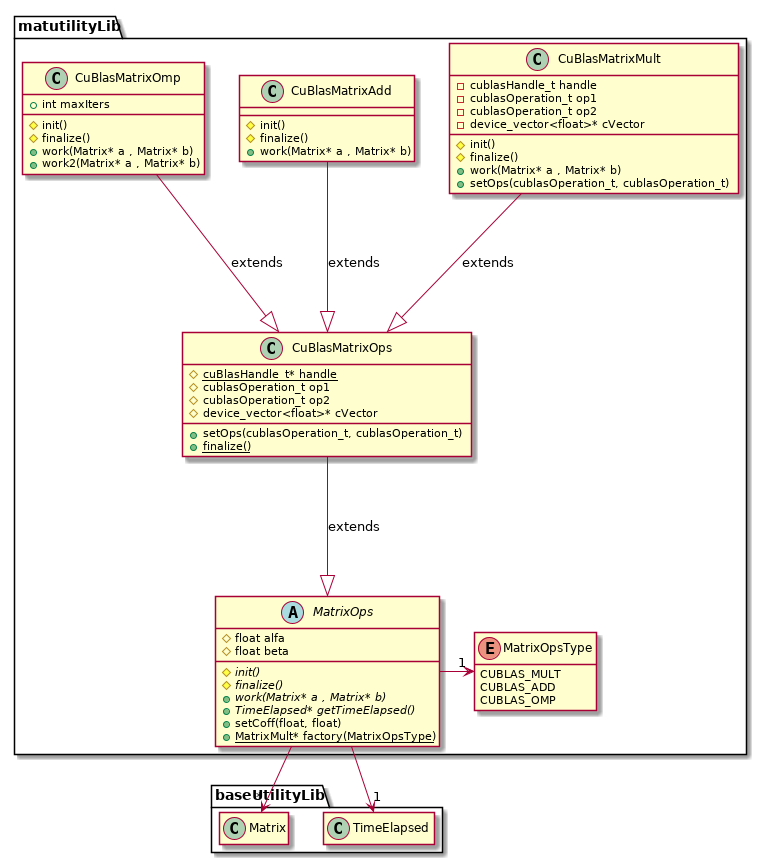
Earlier version of the PlantUML export uml/out/uml/src/MatUtilityDiagram.png (newfla/CUDA-K-SVD-Denoising).
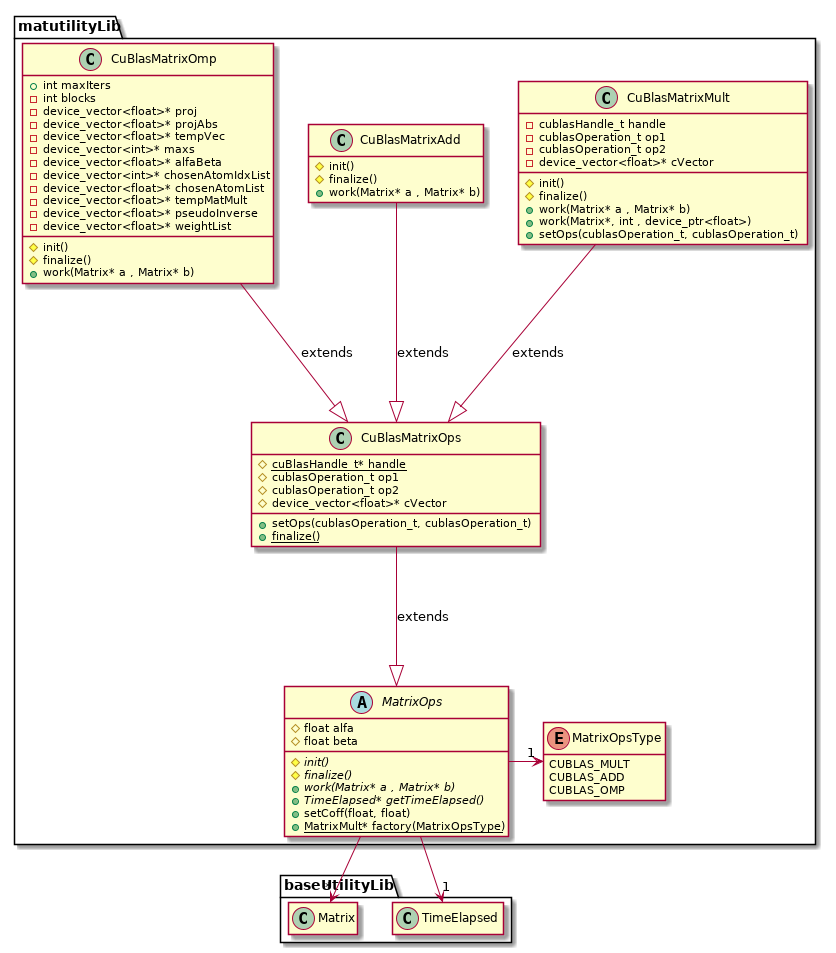
The same file after the commit.

The edit, as a diff of the source:
```diff
@@ -41,6 +41,7 @@
         # init()
         # finalize()
         + work(Matrix* a , Matrix* b)
+        + work(Matrix*, int , device_ptr<float>)
         + setOps(cublasOperation_t, cublasOperation_t)
     }
 
@@ -52,11 +53,20 @@
 
     class CuBlasMatrixOmp{
         + int maxIters
-
+        - int blocks
+        - device_vector<float>* proj
+        - device_vector<float>* projAbs
+        - device_vector<float>* tempVec
+        - device_vector<int>* maxs
+        - device_vector<float>* alfaBeta
+        - device_vector<int>* chosenAtomIdxList
+        - device_vector<float>* chosenAtomList
+        - device_vector<float>* tempMatMult
+        - device_vector<float>* pseudoInverse
+        - device_vector<float>* weightList
         # init()
         # finalize()
         + work(Matrix* a , Matrix* b)
-        + work2(Matrix* a , Matrix* b)
     }
 
     MatrixOps -> "1" MatrixOpsType
@@ -66,6 +76,7 @@
     CuBlasMatrixOmp --|> CuBlasMatrixOps : extends
 
     hide MatrixOpsType methods
+    hide CuBlasMatrixAdd fields
 }
 
 package baseUtilityLib{
@@ -74,7 +85,6 @@
 
     hide Matrix fields
     hide Matrix methods
-
     hide TimeElapsed fields
     hide TimeElapsed methods
 }
```
